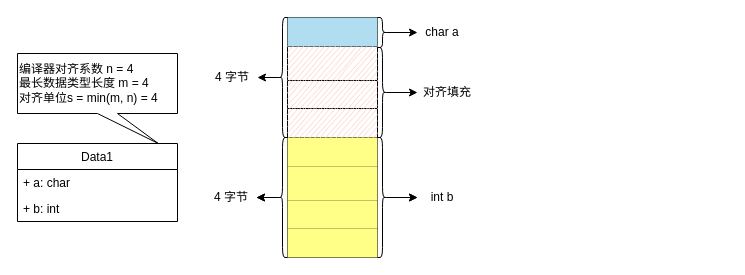
The draw.io diagram TechStack/memory_alignment_case1.drawio in zhxilin/picbed, before the edit. Source tidied: cells renumbered, new cells numbered last; positions are measured from the earlier drawing's top-left corner, leaving out a move shared by most shapes. Both pictures are drawn from the tidied source at 100%, with x=0, y=0 at pixel (17, 17).
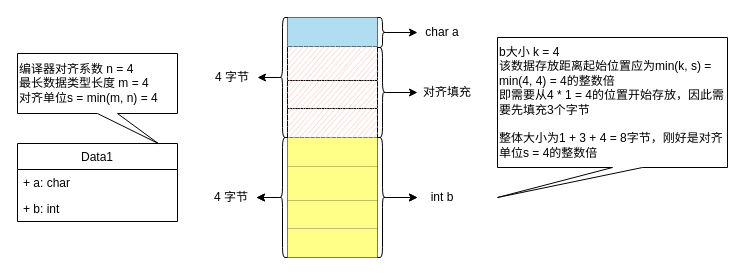
After the change.

What changed in the source:
```diff
@@
+    <mxCell id="40" value="b大小 k = 4&lt;div&gt;&lt;div&gt;该数据存放距离起始位置应为min(k, s) = min(4, 4) = 4的整数倍&lt;/div&gt;&lt;div&gt;即需要从4 * 1 = 4的位置开始存放，因此需要先填充3个字节&lt;/div&gt;&lt;/div&gt;&lt;div&gt;&lt;br&gt;&lt;/div&gt;&lt;div&gt;整体大小为1 + 3 + 4 = 8字节，刚好是对齐单位s = 4的整数倍&lt;/div&gt;" style="shape=callout;whiteSpace=wrap;html=1;perimeter=calloutPerimeter;sketch=0;position2=0;align=left;base=30;" parent="1" vertex="1">
+      <mxGeometry x="480" y="20" width="230" height="160" as="geometry" />
+    </mxCell>
```
